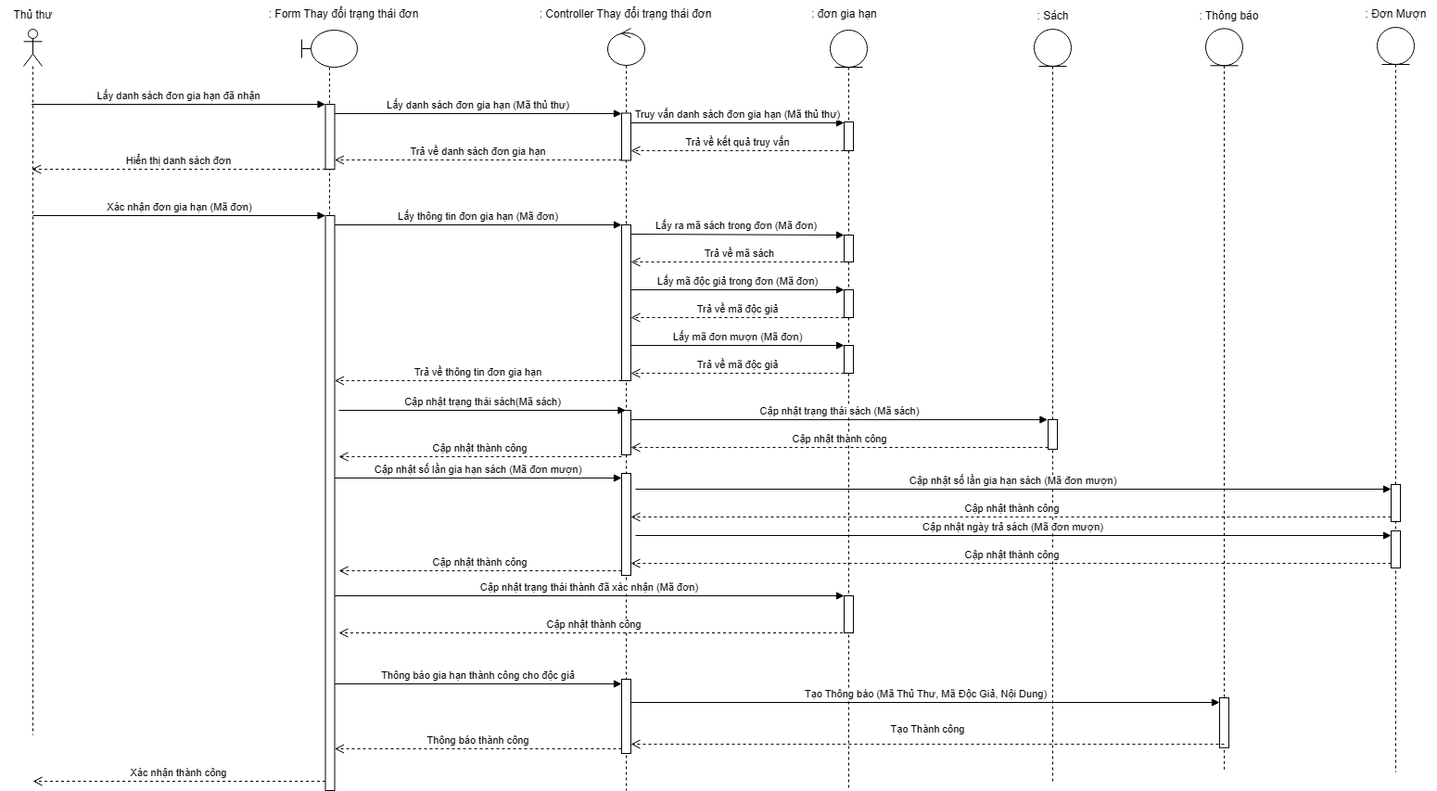
kimcuongdev/LibrarySystemAD keeps this draw.io diagram as Sequence Diagram/UC Gia hạn sách/Actor Thủ thư - Xác nhận đơn gia hạn.png. Above is the earlier version. Source tidied: cells renumbered, new cells last; positions are measured from the earlier drawing's top-left corner, leaving out a move shared by most shapes.
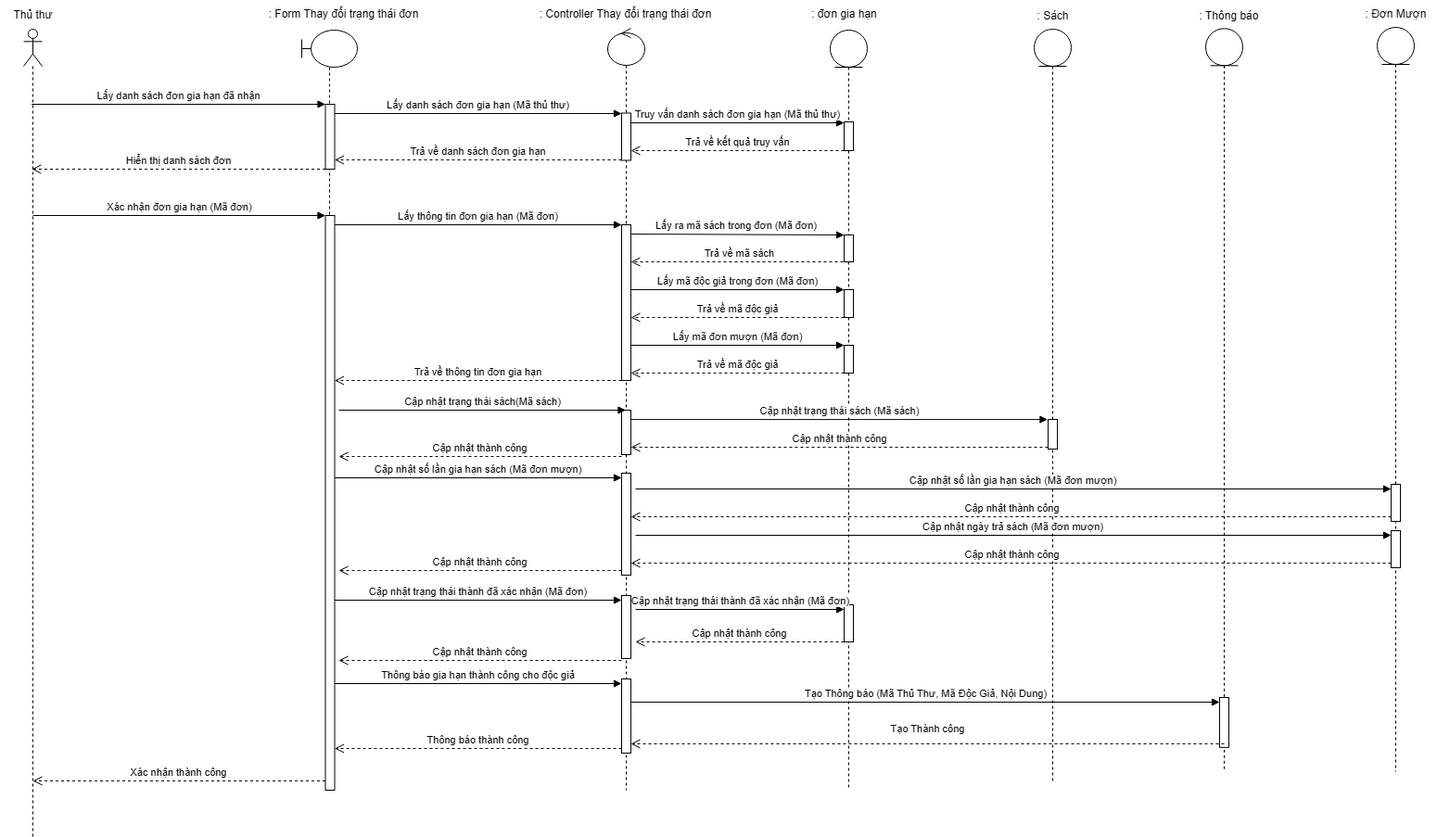
After the commit.

Diff of the diagram source:
```diff
@@ -3,7 +3,7 @@
     <mxCell id="0" />
     <mxCell id="1" parent="0" />
     <mxCell id="2" style="shape=umlLifeline;perimeter=lifelinePerimeter;whiteSpace=wrap;html=1;outlineConnect=0;portConstraint=eastwest;newEdgeStyle={&quot;curved&quot;:0,&quot;rounded&quot;:0};participant=umlActor;" parent="1" vertex="1">
-      <mxGeometry x="25" y="31" width="20" height="761" as="geometry" />
+      <mxGeometry x="25" y="31" width="20" height="871" as="geometry" />
     </mxCell>
     <mxCell id="3" style="shape=umlLifeline;perimeter=lifelinePerimeter;whiteSpace=wrap;html=1;newEdgeStyle={&quot;curved&quot;:0,&quot;rounded&quot;:0};participant=umlBoundary;" parent="1" vertex="1">
       <mxGeometry x="325" y="32" width="60" height="820" as="geometry" />
@@ -62,6 +62,9 @@
         <mxPoint x="-294.5" y="777" as="targetPoint" />
       </mxGeometry>
     </mxCell>
+    <mxCell id="53" style="html=1;points=[[0,0,0,0,5],[0,1,0,0,-5],[1,0,0,0,5],[1,1,0,0,-5]];perimeter=orthogonalPerimeter;outlineConnect=0;targetShapes=umlLifeline;portConstraint=eastwest;newEdgeStyle={&quot;curved&quot;:0,&quot;rounded&quot;:0};" parent="10" vertex="1">
+      <mxGeometry x="15" y="612" width="10" height="68" as="geometry" />
+    </mxCell>
     <mxCell id="18" style="shape=umlLifeline;perimeter=lifelinePerimeter;whiteSpace=wrap;html=1;newEdgeStyle={&quot;curved&quot;:0,&quot;rounded&quot;:0};participant=umlEntity;" parent="1" vertex="1">
       <mxGeometry x="895" y="32" width="40" height="820" as="geometry" />
     </mxCell>
@@ -86,6 +89,9 @@
     <mxCell id="23" style="html=1;perimeter=orthogonalPerimeter;targetShapes=umlLifeline;newEdgeStyle={&quot;curved&quot;:0,&quot;rounded&quot;:0};" parent="18" vertex="1">
       <mxGeometry x="15" y="340" width="10" height="30" as="geometry" />
     </mxCell>
+    <mxCell id="66" style="html=1;points=[[0,0,0,0,5],[0,1,0,0,-5],[1,0,0,0,5],[1,1,0,0,-5]];perimeter=orthogonalPerimeter;outlineConnect=0;targetShapes=umlLifeline;portConstraint=eastwest;newEdgeStyle={&quot;curved&quot;:0,&quot;rounded&quot;:0};" parent="18" vertex="1">
+      <mxGeometry x="15" y="620" width="10" height="40" as="geometry" />
+    </mxCell>
     <mxCell id="24" style="shape=umlLifeline;perimeter=lifelinePerimeter;whiteSpace=wrap;html=1;newEdgeStyle={&quot;curved&quot;:0,&quot;rounded&quot;:0};participant=umlEntity;" parent="1" vertex="1">
       <mxGeometry x="1115" y="31" width="40" height="811" as="geometry" />
     </mxCell>
@@ -210,19 +216,13 @@
         <mxPoint x="680" y="402" as="targetPoint" />
       </mxGeometry>
     </mxCell>
-    <mxCell id="53" style="html=1;points=[[0,0,0,0,5],[0,1,0,0,-5],[1,0,0,0,5],[1,1,0,0,-5]];perimeter=orthogonalPerimeter;outlineConnect=0;targetShapes=umlLifeline;portConstraint=eastwest;newEdgeStyle={&quot;curved&quot;:0,&quot;rounded&quot;:0};" parent="1" vertex="1">
-      <mxGeometry x="910" y="642" width="10" height="40" as="geometry" />
-    </mxCell>
-    <mxCell id="54" value="Cập nhật trạng thái thành đã xác nhận (Mã đơn)" style="html=1;verticalAlign=bottom;endArrow=block;curved=0;rounded=0;entryX=0;entryY=0;entryDx=0;entryDy=5;" parent="1" edge="1">
-      <mxGeometry relative="1" as="geometry">
-        <mxPoint x="360.5" y="642" as="sourcePoint" />
-        <mxPoint x="910" y="642" as="targetPoint" />
-      </mxGeometry>
+    <mxCell id="54" value="Cập nhật trạng thái thành đã xác nhận (Mã đơn)" style="html=1;verticalAlign=bottom;endArrow=block;curved=0;rounded=0;entryX=0;entryY=0;entryDx=0;entryDy=5;entryPerimeter=0;" parent="1" edge="1" source="9" target="53">
+      <mxGeometry relative="1" as="geometry" />
     </mxCell>
-    <mxCell id="55" value="Cập nhật thành công" style="html=1;verticalAlign=bottom;endArrow=open;dashed=1;endSize=8;curved=0;rounded=0;exitX=0;exitY=1;exitDx=0;exitDy=-5;" parent="1" edge="1">
+    <mxCell id="55" value="Cập nhật thành công" style="html=1;verticalAlign=bottom;endArrow=open;dashed=1;endSize=8;curved=0;rounded=0;" parent="1" edge="1">
       <mxGeometry relative="1" as="geometry">
-        <mxPoint x="914.5" y="682" as="sourcePoint" />
-        <mxPoint x="365" y="682" as="targetPoint" />
+        <mxPoint x="670" y="712" as="sourcePoint" />
+        <mxPoint x="365" y="712" as="targetPoint" />
       </mxGeometry>
     </mxCell>
     <mxCell id="56" style="shape=umlLifeline;perimeter=lifelinePerimeter;whiteSpace=wrap;html=1;newEdgeStyle={&quot;curved&quot;:0,&quot;rounded&quot;:0};participant=umlEntity;" parent="1" vertex="1">
@@ -263,5 +263,16 @@
     <mxCell id="65" value="Cập nhật thành công" style="html=1;verticalAlign=bottom;endArrow=open;dashed=1;endSize=8;curved=0;rounded=0;exitX=0;exitY=1;exitDx=0;exitDy=-5;" parent="1" edge="1" source="57" target="14">
       <mxGeometry relative="1" as="geometry" />
     </mxCell>
+    <mxCell id="67" value="Cập nhật trạng thái thành đã xác nhận (Mã đơn)" style="html=1;verticalAlign=bottom;endArrow=block;curved=0;rounded=0;entryX=0;entryY=0;entryDx=0;entryDy=5;entryPerimeter=0;" parent="1" edge="1" target="66">
+      <mxGeometry relative="1" as="geometry">
+        <mxPoint x="685" y="657" as="sourcePoint" />
+      </mxGeometry>
+    </mxCell>
+    <mxCell id="68" value="Cập nhật thành công" style="html=1;verticalAlign=bottom;endArrow=open;dashed=1;endSize=8;curved=0;rounded=0;" parent="1" edge="1">
+      <mxGeometry relative="1" as="geometry">
+        <mxPoint x="910" y="692" as="sourcePoint" />
+        <mxPoint x="685" y="692" as="targetPoint" />
+      </mxGeometry>
+    </mxCell>
   </root>
 </mxGraphModel>
```
